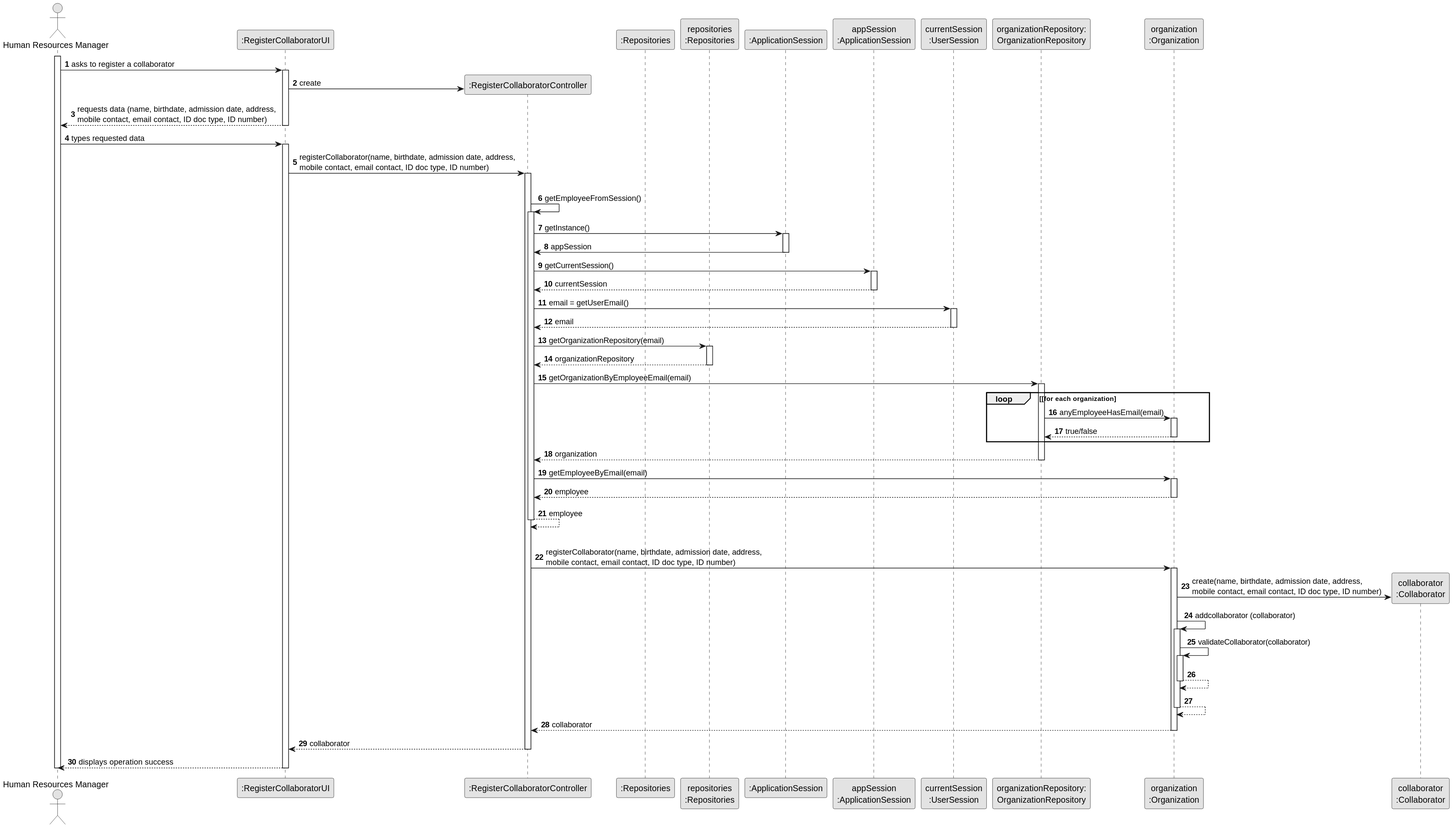
This is docs/sprint2/us003/03.design/svg/us003-sequence-diagram-full.svg from tiagosoa/lei-24-s2-1dgh-g073, a PlantUML export, as it was before one commit.
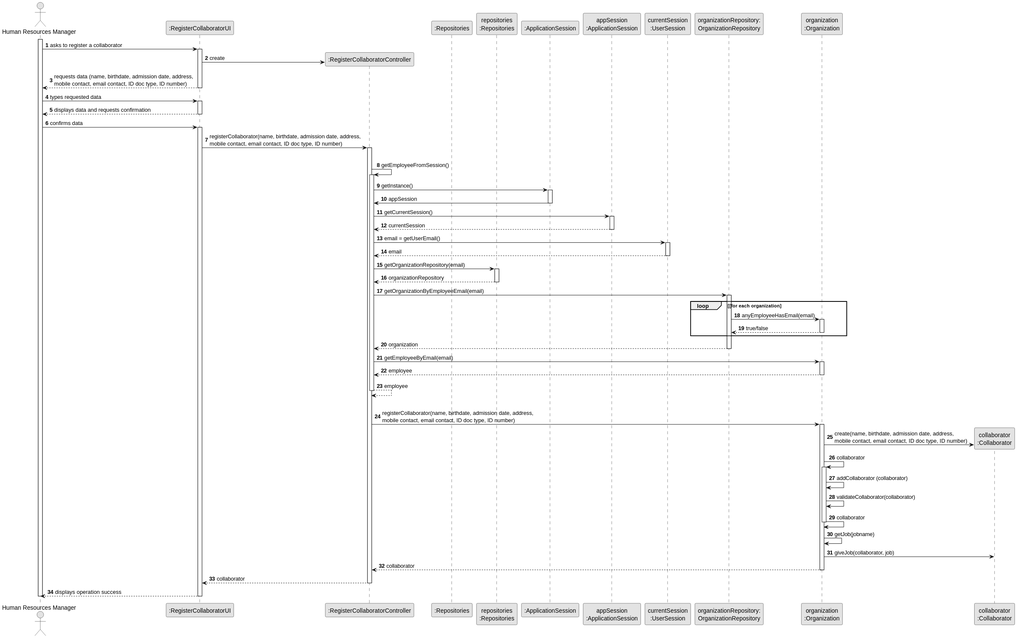
The same diagram one commit later.

What changed in the source:
```diff
@@ -30,6 +30,11 @@
     deactivate UI
 
     ADM -> UI : types requested data
+    activate UI
+
+    UI --> ADM : displays data and requests confirmation
+    deactivate UI
+    ADM -> UI : confirms data
     activate UI
 
         UI -> CTRL : registerCollaborator(name, birthdate, admission date, address, \nmobile contact, email contact, ID doc type, ID number)
@@ -91,18 +96,23 @@
             CTRL -> ORG: registerCollaborator(name, birthdate, admission date, address, \nmobile contact, email contact, ID doc type, ID number)
             activate ORG
 
-                ORG -> COLABORADOR**: create(name, birthdate, admission date, address, \nmobile contact, email contact, ID doc type, ID number)
-                ORG -> ORG: addcollaborator (collaborator)
+                        ORG -> COLABORADOR**: create(name, birthdate, admission date, address, \nmobile contact, email contact, ID doc type, ID number)
+                        ORG -> ORG : collaborator
+                        activate ORG
+                        ORG -> ORG: addCollaborator (collaborator)
 
 
-                activate ORG
-                    ORG -> ORG: validateCollaborator(collaborator)
-                    activate ORG
-                        ORG --> ORG
-                    deactivate ORG
+                        ORG -> ORG: validateCollaborator(collaborator)
 
-                    ORG --> ORG
-                deactivate ORG
+                       ORG -> ORG: collaborator
+                       deactivate ORG
+
+   ORG -> ORG: getJob(jobname)
+
+
+
+        ORG -> COLABORADOR: giveJob(collaborator, job)
+
 
                 ORG --> CTRL : collaborator
 
```
